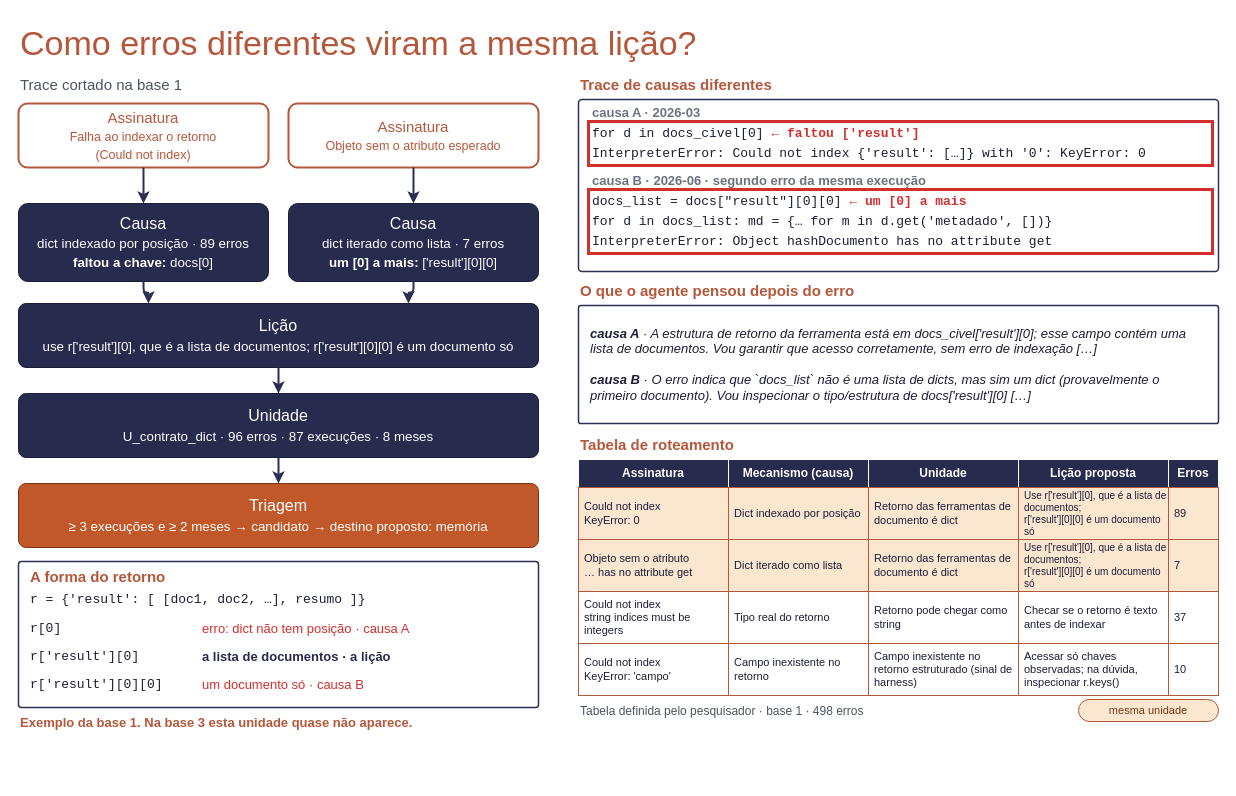
The draw.io diagram docs/sources/draw.io/como_erros_viram_licao.drawio in rc-ventura/memory_layer_ai_agents, before the edit. Source tidied: cells renumbered, new cells numbered last; positions are measured from the earlier drawing's top-left corner, leaving out a move shared by most shapes. Both pictures are drawn from the tidied source at 100%, with x=0, y=0 at pixel (18, 17).
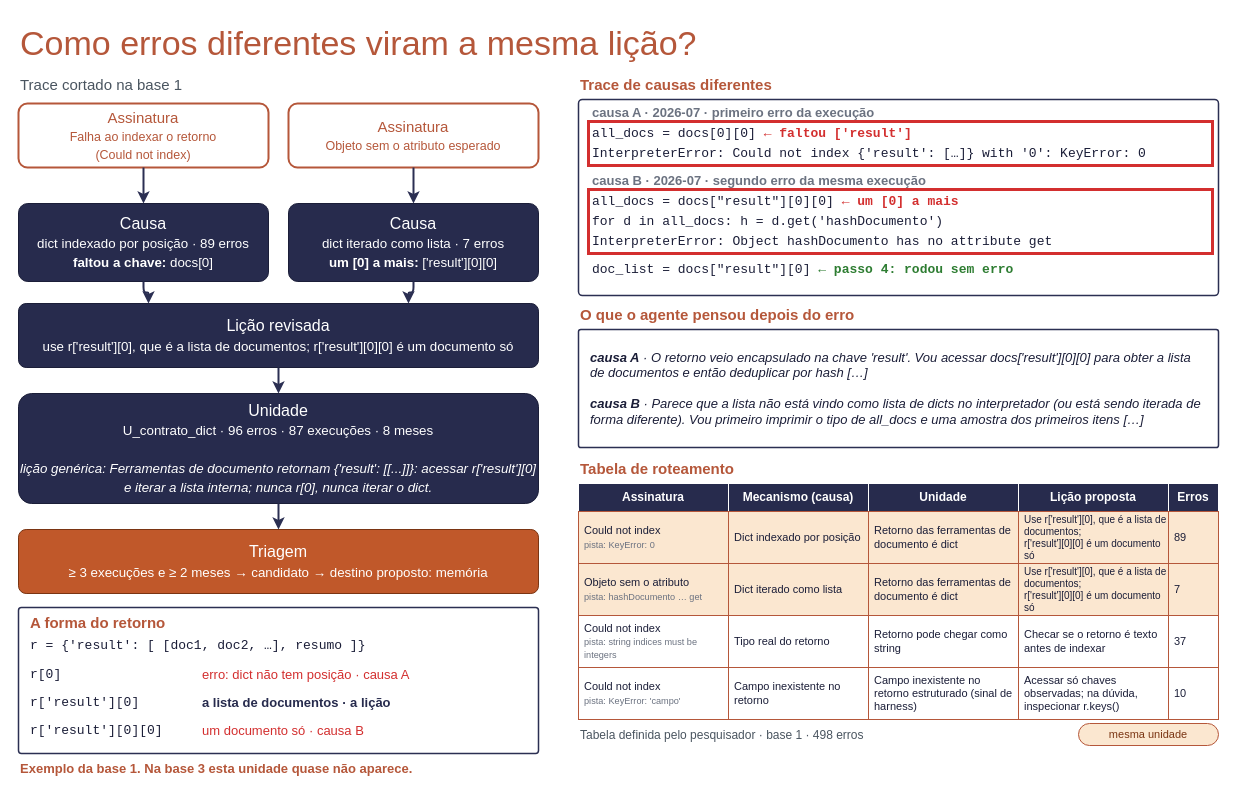
The same page after the edit.

Change to the diagram source:
```diff
@@
-    <mxCell id="8" value="Lição&lt;br&gt;&lt;small&gt;use r['result'][0], que é a lista de documentos; r['result'][0][0] é um documento só&lt;/small&gt;" style="rounded=1;arcSize=12;whiteSpace=wrap;html=1;fillColor=#272B4D;strokeColor=#1B1E38;fontColor=#FFFFFF;fontSize=16;" parent="1" vertex="1">
+    <mxCell id="8" value="Lição revisada&lt;br&gt;&lt;small&gt;use r['result'][0], que é a lista de documentos; r['result'][0][0] é um documento só&lt;/small&gt;" style="rounded=1;arcSize=12;whiteSpace=wrap;html=1;fillColor=#272B4D;strokeColor=#1B1E38;fontColor=#FFFFFF;fontSize=16;" parent="1" vertex="1">
       <mxGeometry y="286" width="520" height="64" as="geometry" />
     </mxCell>
-    <mxCell id="9" value="Unidade&lt;br&gt;&lt;small&gt;U_contrato_dict · 96 erros · 87 execuções · 8 meses&lt;/small&gt;" style="rounded=1;arcSize=12;whiteSpace=wrap;html=1;fillColor=#272B4D;strokeColor=#1B1E38;fontColor=#FFFFFF;fontSize=16;" parent="1" vertex="1">
-      <mxGeometry y="376" width="520" height="64" as="geometry" />
+    <mxCell id="9" value="Unidade&lt;br&gt;&lt;small&gt;U_contrato_dict · 96 erros · 87 execuções · 8 meses&lt;/small&gt;&lt;br&gt;&lt;br&gt;&lt;small&gt;&lt;i&gt;lição genérica: Ferramentas de documento retornam {'result': [[...]]}: acessar r['result'][0] e iterar a lista interna; nunca r[0], nunca iterar o dict.&lt;/i&gt;&lt;/small&gt;" style="rounded=1;arcSize=12;whiteSpace=wrap;html=1;fillColor=#272B4D;strokeColor=#1B1E38;fontColor=#FFFFFF;fontSize=16;" parent="1" vertex="1">
+      <mxGeometry y="376" width="520" height="110" as="geometry" />
     </mxCell>
     <mxCell id="10" value="Triagem&lt;br&gt;&lt;small&gt;≥ 3 execuções e ≥ 2 meses → candidato → destino proposto: memória&lt;/small&gt;" style="rounded=1;arcSize=12;whiteSpace=wrap;html=1;fillColor=#C0582A;strokeColor=#7A3412;fontColor=#FFFFFF;fontSize=16;" parent="1" vertex="1">
-      <mxGeometry y="466" width="520" height="64" as="geometry" />
+      <mxGeometry y="512" width="520" height="64" as="geometry" />
     </mxCell>
@@
     <mxCell id="18" style="rounded=1;arcSize=2;whiteSpace=wrap;html=1;fillColor=#FFFFFF;strokeColor=#2B2F52;strokeWidth=1.5;" parent="1" vertex="1">
-      <mxGeometry x="560" y="82" width="640" height="172" as="geometry" />
+      <mxGeometry x="560" y="82" width="640" height="196" as="geometry" />
     </mxCell>
-    <mxCell id="19" value="causa A · 2026-03" style="text;html=1;align=left;verticalAlign=middle;whiteSpace=nowrap;fontSize=13;fontColor=#6B7280;fontStyle=1;" parent="1" vertex="1">
+    <mxCell id="19" value="causa A · 2026-07 · primeiro erro da execução" style="text;html=1;align=left;verticalAlign=middle;whiteSpace=nowrap;fontSize=13;fontColor=#6B7280;fontStyle=1;" parent="1" vertex="1">
       <mxGeometry x="572" y="86" width="300" height="18" as="geometry" />
     </mxCell>
-    <mxCell id="20" value="for d in docs_civel[0]   &lt;font color='#D32F2F'&gt;&lt;b&gt;← faltou ['result']&lt;/b&gt;&lt;/font&gt;" style="text;html=1;align=left;verticalAlign=middle;whiteSpace=nowrap;fontFamily=Courier New;fontSize=13;fontColor=#1B1E38;" parent="1" vertex="1">
+    <mxCell id="20" value="all_docs = docs[0][0]   &lt;font color='#D32F2F'&gt;&lt;b&gt;← faltou ['result']&lt;/b&gt;&lt;/font&gt;" style="text;html=1;align=left;verticalAlign=middle;whiteSpace=nowrap;fontFamily=Courier New;fontSize=13;fontColor=#1B1E38;" parent="1" vertex="1">
       <mxGeometry x="572" y="106" width="620" height="20" as="geometry" />
     </mxCell>
@@
-    <mxCell id="22" value="causa B · 2026-06 · segundo erro da mesma execução" style="text;html=1;align=left;verticalAlign=middle;whiteSpace=nowrap;fontSize=13;fontColor=#6B7280;fontStyle=1;" parent="1" vertex="1">
+    <mxCell id="22" value="causa B · 2026-07 · segundo erro da mesma execução" style="text;html=1;align=left;verticalAlign=middle;whiteSpace=nowrap;fontSize=13;fontColor=#6B7280;fontStyle=1;" parent="1" vertex="1">
       <mxGeometry x="572" y="154" width="300" height="18" as="geometry" />
     </mxCell>
-    <mxCell id="23" value="docs_list = docs[&quot;result&quot;][0][0]   &lt;font color='#D32F2F'&gt;&lt;b&gt;← um [0] a mais&lt;/b&gt;&lt;/font&gt;" style="text;html=1;align=left;verticalAlign=middle;whiteSpace=nowrap;fontFamily=Courier New;fontSize=13;fontColor=#1B1E38;" parent="1" vertex="1">
+    <mxCell id="23" value="all_docs = docs[&quot;result&quot;][0][0]   &lt;font color='#D32F2F'&gt;&lt;b&gt;← um [0] a mais&lt;/b&gt;&lt;/font&gt;" style="text;html=1;align=left;verticalAlign=middle;whiteSpace=nowrap;fontFamily=Courier New;fontSize=13;fontColor=#1B1E38;" parent="1" vertex="1">
       <mxGeometry x="572" y="174" width="620" height="20" as="geometry" />
     </mxCell>
-    <mxCell id="24" value="for d in docs_list:  md = {… for m in d.get('metadado', [])}" style="text;html=1;align=left;verticalAlign=middle;whiteSpace=nowrap;fontFamily=Courier New;fontSize=13;fontColor=#1B1E38;" parent="1" vertex="1">
+    <mxCell id="24" value="for d in all_docs:  h = d.get('hashDocumento')" style="text;html=1;align=left;verticalAlign=middle;whiteSpace=nowrap;fontFamily=Courier New;fontSize=13;fontColor=#1B1E38;" parent="1" vertex="1">
       <mxGeometry x="572" y="194" width="620" height="20" as="geometry" />
     </mxCell>
+    <mxCell id="68" value="doc_list = docs[&quot;result&quot;][0]   &lt;font color='#2E7D32'&gt;&lt;b&gt;← passo 4: rodou sem erro&lt;/b&gt;&lt;/font&gt;" style="text;html=1;align=left;verticalAlign=middle;whiteSpace=nowrap;fontFamily=Courier New;fontSize=13;fontColor=#1B1E38;" parent="1" vertex="1">
+      <mxGeometry x="572" y="242" width="620" height="20" as="geometry" />
+    </mxCell>
@@
     <mxCell id="28" value="O que o agente pensou depois do erro" style="text;html=1;verticalAlign=middle;fontColor=#B5573A;align=left;fontSize=15;fontStyle=1;" parent="1" vertex="1">
-      <mxGeometry x="560" y="262" width="400" height="22" as="geometry" />
+      <mxGeometry x="560" y="286" width="400" height="22" as="geometry" />
     </mxCell>
-    <mxCell id="29" value="&lt;b&gt;causa A&lt;/b&gt; · A estrutura de retorno da ferramenta está em docs_civel['result'][0]; esse campo contém uma lista de documentos. Vou garantir que acesso corretamente, sem erro de indexação […]&lt;br&gt;&lt;br&gt;&lt;b&gt;causa B&lt;/b&gt; · O erro indica que `docs_list` não é uma lista de dicts, mas sim um dict (provavelmente o primeiro documento). Vou inspecionar o tipo/estrutura de docs['result'][0] […]" style="rounded=1;arcSize=2;whiteSpace=wrap;html=1;fillColor=#FFFFFF;strokeColor=#2B2F52;strokeWidth=1.5;fontSize=13;fontStyle=2;align=left;spacingLeft=10;spacingRight=10;fontColor=#1B1E38;verticalAlign=middle;" parent="1" vertex="1">
-      <mxGeometry x="560" y="288" width="640" height="118" as="geometry" />
+    <mxCell id="29" value="&lt;b&gt;causa A&lt;/b&gt; · O retorno veio encapsulado na chave 'result'. Vou acessar docs['result'][0][0] para obter a lista de documentos e então deduplicar por hash […]&lt;br&gt;&lt;br&gt;&lt;b&gt;causa B&lt;/b&gt; · Parece que a lista não está vindo como lista de dicts no interpretador (ou está sendo iterada de forma diferente). Vou primeiro imprimir o tipo de all_docs e uma amostra dos primeiros itens […]" style="rounded=1;arcSize=2;whiteSpace=wrap;html=1;fillColor=#FFFFFF;strokeColor=#2B2F52;strokeWidth=1.5;fontSize=13;fontStyle=2;align=left;spacingLeft=10;spacingRight=10;fontColor=#1B1E38;verticalAlign=middle;" parent="1" vertex="1">
+      <mxGeometry x="560" y="312" width="640" height="118" as="geometry" />
     </mxCell>
     <mxCell id="30" value="Tabela de roteamento" style="text;html=1;verticalAlign=middle;fontColor=#B5573A;align=left;fontSize=15;fontStyle=1;" parent="1" vertex="1">
-      <mxGeometry x="560" y="416" width="400" height="22" as="geometry" />
+      <mxGeometry x="560" y="440" width="400" height="22" as="geometry" />
     </mxCell>
     <mxCell id="31" value="Assinatura" style="rounded=0;whiteSpace=wrap;html=1;fillColor=#272B4D;strokeColor=#FFFFFF;fontColor=#FFFFFF;fontSize=12;fontStyle=1;" parent="1" vertex="1">
-      <mxGeometry x="560" y="442" width="150" height="28" as="geometry" />
+      <mxGeometry x="560" y="466" width="150" height="28" as="geometry" />
     </mxCell>
     <mxCell id="32" value="Mecanismo (causa)" style="rounded=0;whiteSpace=wrap;html=1;fillColor=#272B4D;strokeColor=#FFFFFF;fontColor=#FFFFFF;fontSize=12;fontStyle=1;" parent="1" vertex="1">
-      <mxGeometry x="710" y="442" width="140" height="28" as="geometry" />
+      <mxGeometry x="710" y="466" width="140" height="28" as="geometry" />
     </mxCell>
     <mxCell id="33" value="Unidade" style="rounded=0;whiteSpace=wrap;html=1;fillColor=#272B4D;strokeColor=#FFFFFF;fontColor=#FFFFFF;fontSize=12;fontStyle=1;" parent="1" vertex="1">
-      <mxGeometry x="850" y="442" width="150" height="28" as="geometry" />
+      <mxGeometry x="850" y="466" width="150" height="28" as="geometry" />
     </mxCell>
     <mxCell id="34" value="Lição proposta" style="rounded=0;whiteSpace=wrap;html=1;fillColor=#272B4D;strokeColor=#FFFFFF;fontColor=#FFFFFF;fontSize=12;fontStyle=1;" parent="1" vertex="1">
-      <mxGeometry x="1000" y="442" width="150" height="28" as="geometry" />
+      <mxGeometry x="1000" y="466" width="150" height="28" as="geometry" />
     </mxCell>
     <mxCell id="35" value="Erros" style="rounded=0;whiteSpace=wrap;html=1;fillColor=#272B4D;strokeColor=#FFFFFF;fontColor=#FFFFFF;fontSize=12;fontStyle=1;" parent="1" vertex="1">
-      <mxGeometry x="1150" y="442" width="50" height="28" as="geometry" />
+      <mxGeometry x="1150" y="466" width="50" height="28" as="geometry" />
     </mxCell>
-    <mxCell id="36" value="Could not index&lt;br&gt;KeyError: 0" style="rounded=0;whiteSpace=wrap;html=1;fillColor=#FBE7D0;strokeColor=#B5573A;fontColor=#1B1E38;fontSize=11;align=left;spacingLeft=4;" parent="1" vertex="1">
-      <mxGeometry x="560" y="470" width="150" height="52" as="geometry" />
+    <mxCell id="36" value="Could not index&lt;br&gt;&lt;small&gt;&lt;font color='#6B7280'&gt;pista: KeyError: 0&lt;/font&gt;&lt;/small&gt;" style="rounded=0;whiteSpace=wrap;html=1;fillColor=#FBE7D0;strokeColor=#B5573A;fontColor=#1B1E38;fontSize=11;align=left;spacingLeft=4;" parent="1" vertex="1">
+      <mxGeometry x="560" y="494" width="150" height="52" as="geometry" />
     </mxCell>
     <mxCell id="37" value="Dict indexado por posição" style="rounded=0;whiteSpace=wrap;html=1;fillColor=#FBE7D0;strokeColor=#B5573A;fontColor=#1B1E38;fontSize=11;align=left;spacingLeft=4;" parent="1" vertex="1">
-      <mxGeometry x="710" y="470" width="140" height="52" as="geometry" />
+      <mxGeometry x="710" y="494" width="140" height="52" as="geometry" />
     </mxCell>
     <mxCell id="38" value="Retorno das ferramentas de documento é dict" style="rounded=0;whiteSpace=wrap;html=1;fillColor=#FBE7D0;strokeColor=#B5573A;fontColor=#1B1E38;fontSize=11;align=left;spacingLeft=4;" parent="1" vertex="1">
-      <mxGeometry x="850" y="470" width="150" height="52" as="geometry" />
+      <mxGeometry x="850" y="494" width="150" height="52" as="geometry" />
     </mxCell>
     <mxCell id="39" value="Use r['result'][0], que é a lista de documentos;&lt;br&gt;r['result'][0][0] é um documento só" style="rounded=0;whiteSpace=wrap;html=1;fillColor=#FBE7D0;strokeColor=#B5573A;fontColor=#1B1E38;fontSize=10;align=left;spacingLeft=4;" parent="1" vertex="1">
-      <mxGeometry x="1000" y="470" width="150" height="52" as="geometry" />
+      <mxGeometry x="1000" y="494" width="150" height="52" as="geometry" />
     </mxCell>
     <mxCell id="40" value="89" style="rounded=0;whiteSpace=wrap;html=1;fillColor=#FBE7D0;strokeColor=#B5573A;fontColor=#1B1E38;fontSize=11;align=left;spacingLeft=4;" parent="1" vertex="1">
-      <mxGeometry x="1150" y="470" width="50" height="52" as="geometry" />
+      <mxGeometry x="1150" y="494" width="50" height="52" as="geometry" />
     </mxCell>
-    <mxCell id="41" value="Objeto sem o atributo&lt;br&gt;… has no attribute get" style="rounded=0;whiteSpace=wrap;html=1;fillColor=#FBE7D0;strokeColor=#B5573A;fontColor=#1B1E38;fontSize=11;align=left;spacingLeft=4;" parent="1" vertex="1">
-      <mxGeometry x="560" y="522" width="150" height="52" as="geometry" />
+    <mxCell id="41" value="Objeto sem o atributo&lt;br&gt;&lt;small&gt;&lt;font color='#6B7280'&gt;pista: hashDocumento … get&lt;/font&gt;&lt;/small&gt;" style="rounded=0;whiteSpace=wrap;html=1;fillColor=#FBE7D0;strokeColor=#B5573A;fontColor=#1B1E38;fontSize=11;align=left;spacingLeft=4;" parent="1" vertex="1">
+      <mxGeometry x="560" y="546" width="150" height="52" as="geometry" />
     </mxCell>
     <mxCell id="42" value="Dict iterado como lista" style="rounded=0;whiteSpace=wrap;html=1;fillColor=#FBE7D0;strokeColor=#B5573A;fontColor=#1B1E38;fontSize=11;align=left;spacingLeft=4;" parent="1" vertex="1">
-      <mxGeometry x="710" y="522" width="140" height="52" as="geometry" />
+      <mxGeometry x="710" y="546" width="140" height="52" as="geometry" />
     </mxCell>
     <mxCell id="43" value="Retorno das ferramentas de documento é dict" style="rounded=0;whiteSpace=wrap;html=1;fillColor=#FBE7D0;strokeColor=#B5573A;fontColor=#1B1E38;fontSize=11;align=left;spacingLeft=4;" parent="1" vertex="1">
-      <mxGeometry x="850" y="522" width="150" height="52" as="geometry" />
+      <mxGeometry x="850" y="546" width="150" height="52" as="geometry" />
     </mxCell>
     <mxCell id="44" value="Use r['result'][0], que é a lista de documentos;&lt;br&gt;r['result'][0][0] é um documento só" style="rounded=0;whiteSpace=wrap;html=1;fillColor=#FBE7D0;strokeColor=#B5573A;fontColor=#1B1E38;fontSize=10;align=left;spacingLeft=4;" parent="1" vertex="1">
-      <mxGeometry x="1000" y="522" width="150" height="52" as="geometry" />
+      <mxGeometry x="1000" y="546" width="150" height="52" as="geometry" />
     </mxCell>
     <mxCell id="45" value="7" style="rounded=0;whiteSpace=wrap;html=1;fillColor=#FBE7D0;strokeColor=#B5573A;fontColor=#1B1E38;fontSize=11;align=left;spacingLeft=4;" parent="1" vertex="1">
-      <mxGeometry x="1150" y="522" width="50" height="52" as="geometry" />
+      <mxGeometry x="1150" y="546" width="50" height="52" as="geometry" />
     </mxCell>
-    <mxCell id="46" value="Could not index&lt;br&gt;string indices must be integers" style="rounded=0;whiteSpace=wrap;html=1;fillColor=#FFFFFF;strokeColor=#B5573A;fontColor=#1B1E38;fontSize=11;align=left;spacingLeft=4;" parent="1" vertex="1">
-      <mxGeometry x="560" y="574" width="150" height="52" as="geometry" />
+    <mxCell id="46" value="Could not index&lt;br&gt;&lt;small&gt;&lt;font color='#6B7280'&gt;pista: string indices must be integers&lt;/font&gt;&lt;/small&gt;" style="rounded=0;whiteSpace=wrap;html=1;fillColor=#FFFFFF;strokeColor=#B5573A;fontColor=#1B1E38;fontSize=11;align=left;spacingLeft=4;" parent="1" vertex="1">
+      <mxGeometry x="560" y="598" width="150" height="52" as="geometry" />
     </mxCell>
     <mxCell id="47" value="Tipo real do retorno" style="rounded=0;whiteSpace=wrap;html=1;fillColor=#FFFFFF;strokeColor=#B5573A;fontColor=#1B1E38;fontSize=11;align=left;spacingLeft=4;" parent="1" vertex="1">
-      <mxGeometry x="710" y="574" width="140" height="52" as="geometry" />
+      <mxGeometry x="710" y="598" width="140" height="52" as="geometry" />
     </mxCell>
     <mxCell id="48" value="Retorno pode chegar como string" style="rounded=0;whiteSpace=wrap;html=1;fillColor=#FFFFFF;strokeColor=#B5573A;fontColor=#1B1E38;fontSize=11;align=left;spacingLeft=4;" parent="1" vertex="1">
-      <mxGeometry x="850" y="574" width="150" height="52" as="geometry" />
+      <mxGeometry x="850" y="598" width="150" height="52" as="geometry" />
     </mxCell>
     <mxCell id="49" value="Checar se o retorno é texto antes de indexar" style="rounded=0;whiteSpace=wrap;html=1;fillColor=#FFFFFF;strokeColor=#B5573A;fontColor=#1B1E38;fontSize=11;align=left;spacingLeft=4;" parent="1" vertex="1">
-      <mxGeometry x="1000" y="574" width="150" height="52" as="geometry" />
+      <mxGeometry x="1000" y="598" width="150" height="52" as="geometry" />
     </mxCell>
     <mxCell id="50" value="37" style="rounded=0;whiteSpace=wrap;html=1;fillColor=#FFFFFF;strokeColor=#B5573A;fontColor=#1B1E38;fontSize=11;align=left;spacingLeft=4;" parent="1" vertex="1">
-      <mxGeometry x="1150" y="574" width="50" height="52" as="geometry" />
+      <mxGeometry x="1150" y="598" width="50" height="52" as="geometry" />
     </mxCell>
-    <mxCell id="51" value="Could not index&lt;br&gt;KeyError: 'campo'" style="rounded=0;whiteSpace=wrap;html=1;fillColor=#FFFFFF;strokeColor=#B5573A;fontColor=#1B1E38;fontSize=11;align=left;spacingLeft=4;" parent="1" vertex="1">
-      <mxGeometry x="560" y="626" width="150" height="52" as="geometry" />
+    <mxCell id="51" value="Could not index&lt;br&gt;&lt;small&gt;&lt;font color='#6B7280'&gt;pista: KeyError: 'campo'&lt;/font&gt;&lt;/small&gt;" style="rounded=0;whiteSpace=wrap;html=1;fillColor=#FFFFFF;strokeColor=#B5573A;fontColor=#1B1E38;fontSize=11;align=left;spacingLeft=4;" parent="1" vertex="1">
+      <mxGeometry x="560" y="650" width="150" height="52" as="geometry" />
     </mxCell>
     <mxCell id="52" value="Campo inexistente no retorno" style="rounded=0;whiteSpace=wrap;html=1;fillColor=#FFFFFF;strokeColor=#B5573A;fontColor=#1B1E38;fontSize=11;align=left;spacingLeft=4;" parent="1" vertex="1">
-      <mxGeometry x="710" y="626" width="140" height="52" as="geometry" />
+      <mxGeometry x="710" y="650" width="140" height="52" as="geometry" />
     </mxCell>
     <mxCell id="53" value="Campo inexistente no retorno estruturado (sinal de harness)" style="rounded=0;whiteSpace=wrap;html=1;fillColor=#FFFFFF;strokeColor=#B5573A;fontColor=#1B1E38;fontSize=11;align=left;spacingLeft=4;" parent="1" vertex="1">
-      <mxGeometry x="850" y="626" width="150" height="52" as="geometry" />
+      <mxGeometry x="850" y="650" width="150" height="52" as="geometry" />
     </mxCell>
     <mxCell id="54" value="Acessar só chaves observadas; na dúvida, inspecionar r.keys()" style="rounded=0;whiteSpace=wrap;html=1;fillColor=#FFFFFF;strokeColor=#B5573A;fontColor=#1B1E38;fontSize=11;align=left;spacingLeft=4;" parent="1" vertex="1">
-      <mxGeometry x="1000" y="626" width="150" height="52" as="geometry" />
+      <mxGeometry x="1000" y="650" width="150" height="52" as="geometry" />
     </mxCell>
     <mxCell id="55" value="10" style="rounded=0;whiteSpace=wrap;html=1;fillColor=#FFFFFF;strokeColor=#B5573A;fontColor=#1B1E38;fontSize=11;align=left;spacingLeft=4;" parent="1" vertex="1">
-      <mxGeometry x="1150" y="626" width="50" height="52" as="geometry" />
+      <mxGeometry x="1150" y="650" width="50" height="52" as="geometry" />
     </mxCell>
     <mxCell id="56" value="Tabela definida pelo pesquisador · base 1 · 498 erros" style="text;html=1;verticalAlign=middle;fontColor=#B5573A;align=left;fontSize=12;fontColor=#4A5560;" parent="1" vertex="1">
-      <mxGeometry x="560" y="684" width="600" height="20" as="geometry" />
+      <mxGeometry x="560" y="708" width="600" height="20" as="geometry" />
     </mxCell>
     <mxCell id="57" value="mesma unidade" style="rounded=1;arcSize=50;whiteSpace=wrap;html=1;fontSize=11;fillColor=#FBE7D0;strokeColor=#B5573A;fontColor=#7A3412;" parent="1" vertex="1">
-      <mxGeometry x="1060" y="682" width="140" height="22" as="geometry" />
+      <mxGeometry x="1060" y="706" width="140" height="22" as="geometry" />
     </mxCell>
     <mxCell id="58" style="rounded=1;arcSize=2;whiteSpace=wrap;html=1;fillColor=#FFFFFF;strokeColor=#2B2F52;strokeWidth=1.5;" parent="1" vertex="1">
-      <mxGeometry y="544" width="520" height="146" as="geometry" />
+      <mxGeometry y="590" width="520" height="146" as="geometry" />
     </mxCell>
     <mxCell id="59" value="A forma do retorno" style="text;html=1;verticalAlign=middle;fontColor=#B5573A;align=left;fontSize=15;fontStyle=1;" parent="1" vertex="1">
-      <mxGeometry x="10" y="548" width="400" height="22" as="geometry" />
+      <mxGeometry x="10" y="594" width="400" height="22" as="geometry" />
     </mxCell>
     <mxCell id="60" value="r = {'result': [ [doc1, doc2, …], resumo ]}" style="text;html=1;align=left;verticalAlign=middle;whiteSpace=nowrap;fontFamily=Courier New;fontSize=13;fontColor=#1B1E38;" parent="1" vertex="1">
-      <mxGeometry x="10" y="572" width="500" height="20" as="geometry" />
+      <mxGeometry x="10" y="618" width="500" height="20" as="geometry" />
     </mxCell>
     <mxCell id="61" value="r[0]" style="text;html=1;align=left;verticalAlign=middle;whiteSpace=nowrap;fontFamily=Courier New;fontSize=13;fontColor=#1B1E38;" parent="1" vertex="1">
-      <mxGeometry x="10" y="600" width="170" height="22" as="geometry" />
+      <mxGeometry x="10" y="646" width="170" height="22" as="geometry" />
     </mxCell>
     <mxCell id="62" value="erro: dict não tem posição · causa A" style="text;html=1;align=left;verticalAlign=middle;whiteSpace=nowrap;fontSize=13;fontColor=#D32F2F;" parent="1" vertex="1">
-      <mxGeometry x="182" y="600" width="330" height="22" as="geometry" />
+      <mxGeometry x="182" y="646" width="330" height="22" as="geometry" />
     </mxCell>
     <mxCell id="63" value="r['result'][0]" style="text;html=1;align=left;verticalAlign=middle;whiteSpace=nowrap;fontFamily=Courier New;fontSize=13;fontColor=#1B1E38;" parent="1" vertex="1">
-      <mxGeometry x="10" y="628" width="170" height="22" as="geometry" />
+      <mxGeometry x="10" y="674" width="170" height="22" as="geometry" />
     </mxCell>
     <mxCell id="64" value="a lista de documentos · a lição" style="text;html=1;align=left;verticalAlign=middle;whiteSpace=nowrap;fontSize=13;fontColor=#272B4D;fontStyle=1;" parent="1" vertex="1">
-      <mxGeometry x="182" y="628" width="330" height="22" as="geometry" />
+      <mxGeometry x="182" y="674" width="330" height="22" as="geometry" />
     </mxCell>
     <mxCell id="65" value="r['result'][0][0]" style="text;html=1;align=left;verticalAlign=middle;whiteSpace=nowrap;fontFamily=Courier New;fontSize=13;fontColor=#1B1E38;" parent="1" vertex="1">
-      <mxGeometry x="10" y="656" width="170" height="22" as="geometry" />
+      <mxGeometry x="10" y="702" width="170" height="22" as="geometry" />
     </mxCell>
     <mxCell id="66" value="um documento só · causa B" style="text;html=1;align=left;verticalAlign=middle;whiteSpace=nowrap;fontSize=13;fontColor=#D32F2F;" parent="1" vertex="1">
-      <mxGeometry x="182" y="656" width="330" height="22" as="geometry" />
+      <mxGeometry x="182" y="702" width="330" height="22" as="geometry" />
     </mxCell>
     <mxCell id="67" value="Exemplo da base 1. Na base 3 esta unidade quase não aparece." style="text;html=1;verticalAlign=middle;align=left;fontSize=13;fontStyle=1;fontColor=#B5573A;" parent="1" vertex="1">
-      <mxGeometry y="694" width="540" height="22" as="geometry" />
+      <mxGeometry y="740" width="540" height="22" as="geometry" />
     </mxCell>
```
